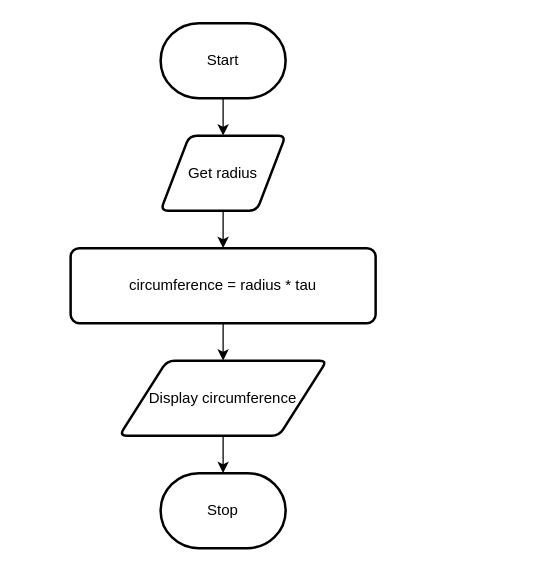
Above: page "Flowchart" (2 of 2) of design.drawio in Samuel-Webster-178/ICS3U-Unit4-Unit4-03-Python (draw.io), before the change. Source tidied: cells renumbered, new cells numbered last; positions are measured from the earlier drawing's top-left corner, leaving out a move shared by most shapes. Both pictures are drawn from the tidied source at 125%, with x=0, y=0 at pixel (70, 22).
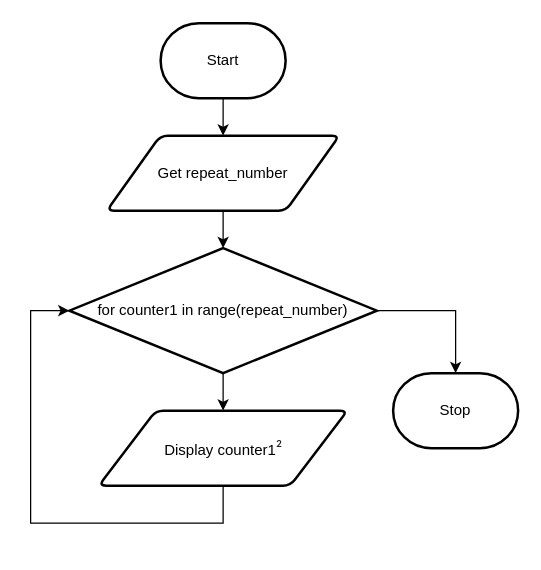
The same page after the edit.

Change to the diagram source:
```diff
@@
 <mxGraphModel>
   <root>
     <mxCell id="0" />
     <mxCell id="1" parent="0" />
     <mxCell id="2" style="edgeStyle=none;html=1;" parent="1" edge="1" source="3" target="5">
       <mxGeometry relative="1" as="geometry" />
     </mxCell>
     <mxCell id="3" value="Start" style="strokeWidth=2;html=1;shape=mxgraph.flowchart.terminator;whiteSpace=wrap;" parent="1" vertex="1">
       <mxGeometry x="72" width="100" height="60" as="geometry" />
     </mxCell>
-    <mxCell id="4" style="edgeStyle=none;html=1;" parent="1" edge="1" source="5" target="7">
-      <mxGeometry relative="1" as="geometry" />
+    <mxCell id="4" style="edgeStyle=none;html=1;" parent="1" edge="1" source="5">
+      <mxGeometry relative="1" as="geometry">
+        <mxPoint x="122" y="180" as="targetPoint" />
+      </mxGeometry>
     </mxCell>
-    <mxCell id="5" value="Get radius" style="shape=parallelogram;html=1;strokeWidth=2;perimeter=parallelogramPerimeter;whiteSpace=wrap;rounded=1;arcSize=12;size=0.23;" parent="1" vertex="1">
-      <mxGeometry x="72" y="90" width="100" height="60" as="geometry" />
+    <mxCell id="5" value="Get repeat_number" style="shape=parallelogram;html=1;strokeWidth=2;perimeter=parallelogramPerimeter;whiteSpace=wrap;rounded=1;arcSize=12;size=0.23;" parent="1" vertex="1">
+      <mxGeometry x="29" y="90" width="186" height="60" as="geometry" />
     </mxCell>
-    <mxCell id="6" style="edgeStyle=none;html=1;" parent="1" edge="1" source="7" target="9">
-      <mxGeometry relative="1" as="geometry" />
-    </mxCell>
-    <mxCell id="7" value="circumference = radius * tau" style="rounded=1;whiteSpace=wrap;html=1;absoluteArcSize=1;arcSize=14;strokeWidth=2;" parent="1" vertex="1">
-      <mxGeometry y="180" width="244" height="60" as="geometry" />
-    </mxCell>
-    <mxCell id="8" style="edgeStyle=none;html=1;" parent="1" edge="1" source="9" target="10">
-      <mxGeometry relative="1" as="geometry" />
-    </mxCell>
+    <mxCell id="11" style="edgeStyle=orthogonalEdgeStyle;html=1;entryX=0;entryY=0.5;entryDx=0;entryDy=0;entryPerimeter=0;rounded=0;" parent="1" edge="1" source="9" target="14">
+      <mxGeometry relative="1" as="geometry">
+        <Array as="points">
+          <mxPoint x="122" y="400" />
+          <mxPoint x="-32" y="400" />
+          <mxPoint x="-32" y="230" />
+        </Array>
+      </mxGeometry>
+    </mxCell>
-    <mxCell id="9" value="Display circumference" style="shape=parallelogram;html=1;strokeWidth=2;perimeter=parallelogramPerimeter;whiteSpace=wrap;rounded=1;arcSize=12;size=0.23;" parent="1" vertex="1">
-      <mxGeometry x="39" y="270" width="166" height="60" as="geometry" />
+    <mxCell id="9" value="Display counter1&lt;span style=&quot;color: rgb(33 , 33 , 33) ; font-family: &amp;#34;lato&amp;#34; , sans-serif ; font-size: 14.6667px ; text-align: left&quot;&gt;²&lt;/span&gt;" style="shape=parallelogram;html=1;strokeWidth=2;perimeter=parallelogramPerimeter;whiteSpace=wrap;rounded=1;arcSize=12;size=0.23;" parent="1" vertex="1">
+      <mxGeometry x="22.5" y="310" width="199" height="60" as="geometry" />
     </mxCell>
     <mxCell id="10" value="Stop" style="strokeWidth=2;html=1;shape=mxgraph.flowchart.terminator;whiteSpace=wrap;" parent="1" vertex="1">
-      <mxGeometry x="72" y="360" width="100" height="60" as="geometry" />
+      <mxGeometry x="258" y="280" width="100" height="60" as="geometry" />
     </mxCell>
+    <mxCell id="12" style="edgeStyle=none;html=1;" parent="1" edge="1" source="14" target="9">
+      <mxGeometry relative="1" as="geometry" />
+    </mxCell>
+    <mxCell id="13" style="edgeStyle=orthogonalEdgeStyle;rounded=0;html=1;entryX=0.5;entryY=0;entryDx=0;entryDy=0;entryPerimeter=0;" parent="1" edge="1" source="14" target="10">
+      <mxGeometry relative="1" as="geometry" />
+    </mxCell>
+    <mxCell id="14" value="for counter1 in range(repeat_number)" style="strokeWidth=2;html=1;shape=mxgraph.flowchart.decision;whiteSpace=wrap;" parent="1" vertex="1">
+      <mxGeometry x="-1" y="180" width="246" height="100" as="geometry" />
+    </mxCell>
   </root>
 </mxGraphModel>
```
